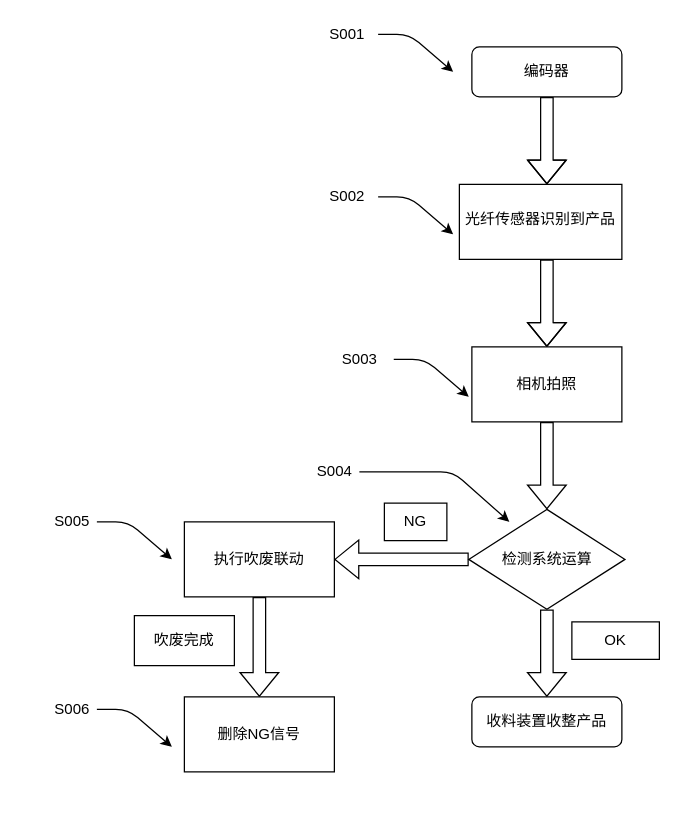
Above: 2020/未命名绘图.drawio in dongzhi1318/dongzhi1318.github.io (draw.io), before the change. Source tidied: cells renumbered, new cells numbered last; positions are measured from the earlier drawing's top-left corner, leaving out a move shared by most shapes. Both pictures are drawn from the tidied source at 125%, with x=0, y=0 at pixel (46, 21).
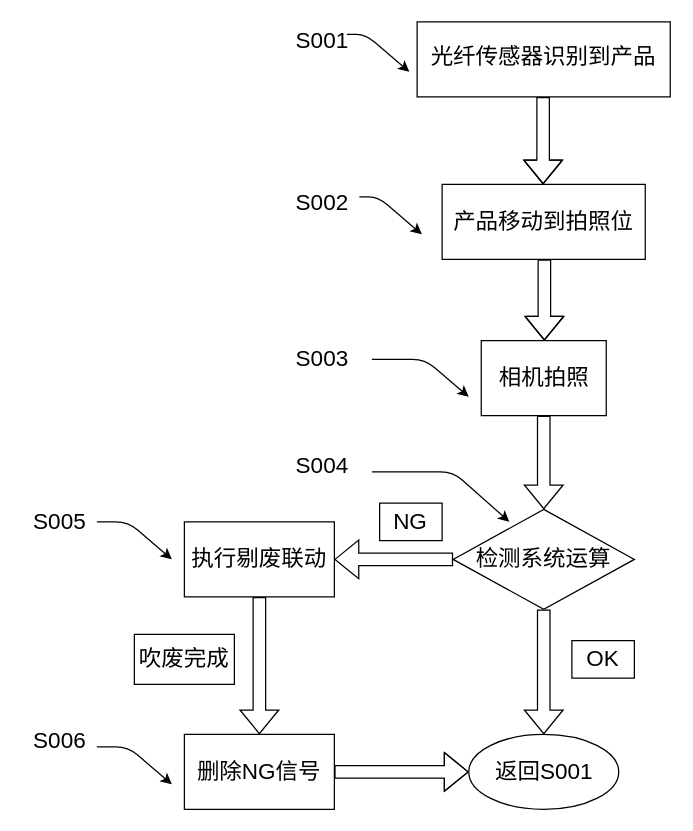
After the change.

Commit message (it also covers changes not shown here):
更新未命名绘图.drawio

Change to the diagram source:
```diff
@@
-    <mxCell id="2" style="edgeStyle=elbowEdgeStyle;shape=flexArrow;rounded=0;jettySize=auto;html=1;" parent="1" edge="1" source="3" target="6">
-      <mxGeometry relative="1" as="geometry" />
-    </mxCell>
-    <mxCell id="3" value="编码器" style="rounded=1;whiteSpace=wrap;html=1;fontSize=12;glass=0;strokeWidth=1;shadow=0;" parent="1" vertex="1">
-      <mxGeometry x="340" y="20" width="120" height="40" as="geometry" />
-    </mxCell>
-    <mxCell id="4" value="收料装置收整产品" style="rounded=1;whiteSpace=wrap;html=1;fontSize=12;glass=0;strokeWidth=1;shadow=0;" parent="1" vertex="1">
-      <mxGeometry x="340" y="540" width="120" height="40" as="geometry" />
-    </mxCell>
-    <mxCell id="5" style="edgeStyle=elbowEdgeStyle;shape=flexArrow;rounded=0;jettySize=auto;html=1;" parent="1" edge="1" source="6" target="8">
-      <mxGeometry relative="1" as="geometry" />
-    </mxCell>
+    <mxCell id="30" style="edgeStyle=elbowEdgeStyle;shape=flexArrow;rounded=0;jettySize=auto;html=1;fontSize=18;" parent="1" edge="1" source="6" target="34">
+      <mxGeometry relative="1" as="geometry" />
+    </mxCell>
-    <mxCell id="6" value="光纤传感器识别到产品" style="whiteSpace=wrap;html=1;shadow=0;strokeWidth=1;spacing=6;spacingTop=-4;" parent="1" vertex="1">
-      <mxGeometry x="330" y="130" width="130" height="60" as="geometry" />
+    <mxCell id="6" value="光纤传感器识别到产品" style="whiteSpace=wrap;html=1;shadow=0;strokeWidth=1;spacing=6;spacingTop=-4;fontSize=18;" parent="1" vertex="1">
+      <mxGeometry x="296.2" width="202.5" height="60" as="geometry" />
     </mxCell>
-    <mxCell id="7" style="edgeStyle=orthogonalEdgeStyle;shape=flexArrow;rounded=0;jettySize=auto;html=1;" parent="1" edge="1" source="8" target="11">
+    <mxCell id="7" style="edgeStyle=orthogonalEdgeStyle;shape=flexArrow;rounded=0;jettySize=auto;html=1;fontSize=18;" parent="1" edge="1" source="8" target="11">
       <mxGeometry relative="1" as="geometry" />
     </mxCell>
-    <mxCell id="8" value="相机拍照" style="whiteSpace=wrap;html=1;" parent="1" vertex="1">
-      <mxGeometry x="340" y="260" width="120" height="60" as="geometry" />
+    <mxCell id="8" value="相机拍照" style="whiteSpace=wrap;html=1;fontSize=18;" parent="1" vertex="1">
+      <mxGeometry x="347.5" y="255" width="100" height="60" as="geometry" />
     </mxCell>
-    <mxCell id="9" style="edgeStyle=orthogonalEdgeStyle;shape=flexArrow;rounded=0;jettySize=auto;html=1;" parent="1" edge="1" source="11" target="4">
+    <mxCell id="9" style="edgeStyle=orthogonalEdgeStyle;shape=flexArrow;rounded=0;jettySize=auto;html=1;entryX=0.5;entryY=0;entryDx=0;entryDy=0;fontSize=18;" parent="1" edge="1" source="11" target="32">
       <mxGeometry relative="1" as="geometry" />
     </mxCell>
-    <mxCell id="10" style="edgeStyle=orthogonalEdgeStyle;shape=flexArrow;rounded=0;jettySize=auto;html=1;" parent="1" edge="1" source="11" target="14">
+    <mxCell id="10" style="edgeStyle=orthogonalEdgeStyle;shape=flexArrow;rounded=0;jettySize=auto;html=1;fontSize=18;" parent="1" edge="1" source="11" target="14">
       <mxGeometry relative="1" as="geometry" />
     </mxCell>
-    <mxCell id="11" value="检测系统运算" style="rhombus;whiteSpace=wrap;html=1;" parent="1" vertex="1">
-      <mxGeometry x="337.5" y="390" width="125" height="80" as="geometry" />
+    <mxCell id="11" value="检测系统运算" style="rhombus;whiteSpace=wrap;html=1;fontSize=18;" parent="1" vertex="1">
+      <mxGeometry x="325" y="390" width="145" height="80" as="geometry" />
     </mxCell>
-    <mxCell id="12" value="OK" style="rounded=0;whiteSpace=wrap;html=1;" parent="1" vertex="1">
-      <mxGeometry x="420" y="480" width="70" height="30" as="geometry" />
+    <mxCell id="12" value="OK" style="rounded=0;whiteSpace=wrap;html=1;fontSize=18;" parent="1" vertex="1">
+      <mxGeometry x="420" y="495" width="50" height="30" as="geometry" />
     </mxCell>
-    <mxCell id="13" style="edgeStyle=orthogonalEdgeStyle;shape=flexArrow;rounded=0;jettySize=auto;html=1;" parent="1" edge="1" source="14" target="16">
+    <mxCell id="13" style="edgeStyle=orthogonalEdgeStyle;shape=flexArrow;rounded=0;jettySize=auto;html=1;fontSize=18;" parent="1" edge="1" source="14" target="16">
       <mxGeometry relative="1" as="geometry" />
     </mxCell>
-    <mxCell id="14" value="执行吹废联动" style="whiteSpace=wrap;html=1;" parent="1" vertex="1">
+    <mxCell id="14" value="执行剔废联动" style="whiteSpace=wrap;html=1;fontSize=18;" parent="1" vertex="1">
       <mxGeometry x="110" y="400" width="120" height="60" as="geometry" />
     </mxCell>
-    <mxCell id="15" value="NG" style="rounded=0;whiteSpace=wrap;html=1;" parent="1" vertex="1">
-      <mxGeometry x="270" y="385" width="50" height="30" as="geometry" />
+    <mxCell id="15" value="NG" style="rounded=0;whiteSpace=wrap;html=1;fontSize=18;" parent="1" vertex="1">
+      <mxGeometry x="266.2" y="385" width="50" height="30" as="geometry" />
     </mxCell>
+    <mxCell id="31" style="edgeStyle=elbowEdgeStyle;shape=flexArrow;rounded=0;jettySize=auto;html=1;fontSize=18;" parent="1" edge="1" source="16" target="32">
+      <mxGeometry relative="1" as="geometry" />
+    </mxCell>
-    <mxCell id="16" value="删除NG信号" style="whiteSpace=wrap;html=1;" parent="1" vertex="1">
-      <mxGeometry x="110" y="540" width="120" height="60" as="geometry" />
+    <mxCell id="16" value="删除NG信号" style="whiteSpace=wrap;html=1;fontSize=18;" parent="1" vertex="1">
+      <mxGeometry x="110" y="570" width="120" height="60" as="geometry" />
     </mxCell>
-    <mxCell id="17" value="吹废完成" style="rounded=0;whiteSpace=wrap;html=1;" parent="1" vertex="1">
-      <mxGeometry x="70" y="475" width="80" height="40" as="geometry" />
+    <mxCell id="17" value="吹废完成" style="rounded=0;whiteSpace=wrap;html=1;fontSize=18;" parent="1" vertex="1">
+      <mxGeometry x="70" y="490" width="80" height="40" as="geometry" />
     </mxCell>
-    <mxCell id="18" style="endArrow=classic;html=1;" parent="1" edge="1">
+    <mxCell id="18" style="endArrow=classic;html=1;fontSize=18;" parent="1" edge="1">
       <mxGeometry relative="1" as="geometry">
         <mxPoint x="40" y="400" as="sourcePoint" />
         <mxPoint x="100" y="430" as="targetPoint" />
         <Array as="points">
           <mxPoint x="65" y="400" />
         </Array>
       </mxGeometry>
     </mxCell>
-    <mxCell id="19" style="endArrow=classic;html=1;" parent="1" edge="1">
+    <mxCell id="19" style="endArrow=classic;html=1;fontSize=18;" parent="1" edge="1">
       <mxGeometry relative="1" as="geometry">
-        <mxPoint x="250" y="360" as="sourcePoint" />
+        <mxPoint x="260" y="360" as="sourcePoint" />
         <mxPoint x="370" y="400" as="targetPoint" />
         <Array as="points">
           <mxPoint x="325" y="360" />
         </Array>
       </mxGeometry>
     </mxCell>
-    <mxCell id="20" style="endArrow=classic;html=1;" parent="1" edge="1">
-      <mxGeometry relative="1" as="geometry">
-        <mxPoint x="265" y="10" as="sourcePoint" />
-        <mxPoint x="325" y="40" as="targetPoint" />
-        <Array as="points">
-          <mxPoint x="290" y="10" />
-        </Array>
-      </mxGeometry>
-    </mxCell>
-    <mxCell id="21" style="endArrow=classic;html=1;" parent="1" edge="1">
+    <mxCell id="21" style="endArrow=classic;html=1;fontSize=18;" parent="1" edge="1">
       <mxGeometry relative="1" as="geometry">
-        <mxPoint x="40" y="550" as="sourcePoint" />
-        <mxPoint x="100" y="580" as="targetPoint" />
+        <mxPoint x="40" y="580" as="sourcePoint" />
+        <mxPoint x="100" y="610" as="targetPoint" />
         <Array as="points">
-          <mxPoint x="65" y="550" />
+          <mxPoint x="65" y="580" />
         </Array>
       </mxGeometry>
     </mxCell>
-    <mxCell id="22" style="endArrow=classic;html=1;" parent="1" edge="1">
+    <mxCell id="22" style="endArrow=classic;html=1;fontSize=18;" parent="1" edge="1">
       <mxGeometry relative="1" as="geometry">
-        <mxPoint x="277.5" y="270" as="sourcePoint" />
+        <mxPoint x="260" y="270" as="sourcePoint" />
         <mxPoint x="337.5" y="300" as="targetPoint" />
         <Array as="points">
           <mxPoint x="302.5" y="270" />
         </Array>
       </mxGeometry>
     </mxCell>
-    <mxCell id="23" style="endArrow=classic;html=1;" parent="1" edge="1">
+    <mxCell id="23" style="endArrow=classic;html=1;fontSize=18;exitX=1;exitY=0.333;exitDx=0;exitDy=0;exitPerimeter=0;" parent="1" edge="1" source="26">
       <mxGeometry relative="1" as="geometry">
-        <mxPoint x="265" y="140" as="sourcePoint" />
-        <mxPoint x="325" y="170" as="targetPoint" />
+        <mxPoint x="300" y="170" as="targetPoint" />
         <Array as="points">
-          <mxPoint x="290" y="140" />
+          <mxPoint x="265" y="140" />
         </Array>
       </mxGeometry>
     </mxCell>
-    <mxCell id="24" value="S001" style="text;html=1;align=center;verticalAlign=middle;fillColor=none;strokeColor=none;rounded=0;" parent="1" vertex="1">
-      <mxGeometry x="220" width="40" height="20" as="geometry" />
-    </mxCell>
-    <mxCell id="25" value="S002" style="text;html=1;align=center;verticalAlign=middle;fillColor=none;strokeColor=none;rounded=0;" parent="1" vertex="1">
-      <mxGeometry x="220" y="130" width="40" height="20" as="geometry" />
+    <mxCell id="25" value="S001" style="text;html=1;align=center;verticalAlign=middle;fillColor=none;strokeColor=none;rounded=0;fontSize=18;" parent="1" vertex="1">
+      <mxGeometry x="190" width="60" height="30" as="geometry" />
     </mxCell>
-    <mxCell id="26" value="S003" style="text;html=1;align=center;verticalAlign=middle;points=[];fillColor=none;strokeColor=none;rounded=0;" parent="1" vertex="1">
-      <mxGeometry x="230" y="260" width="40" height="20" as="geometry" />
+    <mxCell id="26" value="S002" style="text;html=1;align=center;verticalAlign=middle;points=[];fillColor=none;strokeColor=none;rounded=0;fontSize=18;" parent="1" vertex="1">
+      <mxGeometry x="190" y="130" width="60" height="30" as="geometry" />
     </mxCell>
-    <mxCell id="27" value="S004" style="text;html=1;align=center;verticalAlign=middle;fillColor=none;strokeColor=none;rounded=0;" parent="1" vertex="1">
-      <mxGeometry x="210" y="350" width="40" height="20" as="geometry" />
+    <mxCell id="27" value="S003" style="text;html=1;align=center;verticalAlign=middle;fillColor=none;strokeColor=none;rounded=0;fontSize=18;" parent="1" vertex="1">
+      <mxGeometry x="190" y="255" width="60" height="30" as="geometry" />
     </mxCell>
-    <mxCell id="28" value="S005" style="text;html=1;align=center;verticalAlign=middle;fillColor=none;strokeColor=none;rounded=0;" parent="1" vertex="1">
-      <mxGeometry y="390" width="40" height="20" as="geometry" />
+    <mxCell id="28" value="S004" style="text;html=1;align=center;verticalAlign=middle;fillColor=none;strokeColor=none;rounded=0;fontSize=18;" parent="1" vertex="1">
+      <mxGeometry x="190" y="340" width="60" height="30" as="geometry" />
     </mxCell>
-    <mxCell id="29" value="S006" style="text;html=1;align=center;verticalAlign=middle;fillColor=none;strokeColor=none;rounded=0;" parent="1" vertex="1">
-      <mxGeometry y="540" width="40" height="20" as="geometry" />
+    <mxCell id="29" value="S006" style="text;html=1;align=center;verticalAlign=middle;fillColor=none;strokeColor=none;rounded=0;fontSize=18;" parent="1" vertex="1">
+      <mxGeometry x="-20" y="560" width="60" height="30" as="geometry" />
     </mxCell>
+    <mxCell id="32" value="返回S001" style="ellipse;whiteSpace=wrap;html=1;rounded=0;fontSize=18;" parent="1" vertex="1">
+      <mxGeometry x="337.5" y="570" width="120" height="60" as="geometry" />
+    </mxCell>
+    <mxCell id="33" style="edgeStyle=elbowEdgeStyle;shape=flexArrow;rounded=0;jettySize=auto;html=1;fontSize=18;" parent="1" edge="1" source="34" target="8">
+      <mxGeometry relative="1" as="geometry" />
+    </mxCell>
+    <mxCell id="34" value="产品移动到拍照位" style="whiteSpace=wrap;html=1;fontSize=18;" parent="1" vertex="1">
+      <mxGeometry x="316.2" y="130" width="162.5" height="60" as="geometry" />
+    </mxCell>
+    <mxCell id="35" style="endArrow=classic;html=1;fontSize=18;" parent="1" edge="1">
+      <mxGeometry relative="1" as="geometry">
+        <mxPoint x="240" y="10" as="sourcePoint" />
+        <mxPoint x="290" y="40" as="targetPoint" />
+        <Array as="points">
+          <mxPoint x="255" y="10" />
+        </Array>
+      </mxGeometry>
+    </mxCell>
+    <mxCell id="36" value="S005" style="text;html=1;align=center;verticalAlign=middle;fillColor=none;strokeColor=none;rounded=0;fontSize=18;" parent="1" vertex="1">
+      <mxGeometry x="-20" y="385" width="60" height="30" as="geometry" />
+    </mxCell>
```
